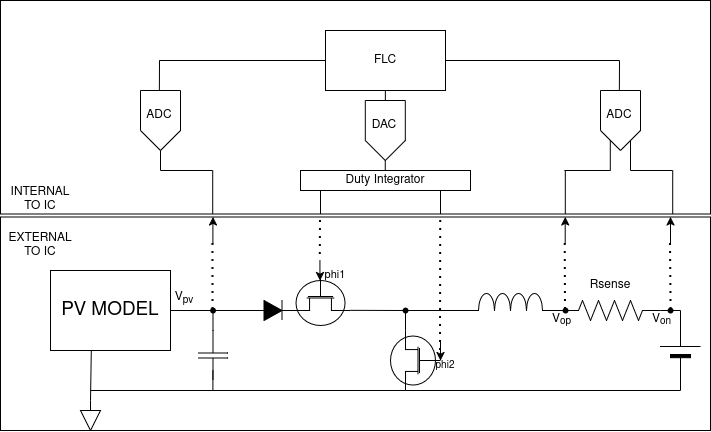
Above: thesis_latex/figures/cadence_model/Cadence_model.drawio.png in mehmetgok1/MATLAB (draw.io), before the change. Source tidied: cells renumbered, new cells last; positions are measured from the earlier drawing's top-left corner, leaving out a move shared by most shapes.
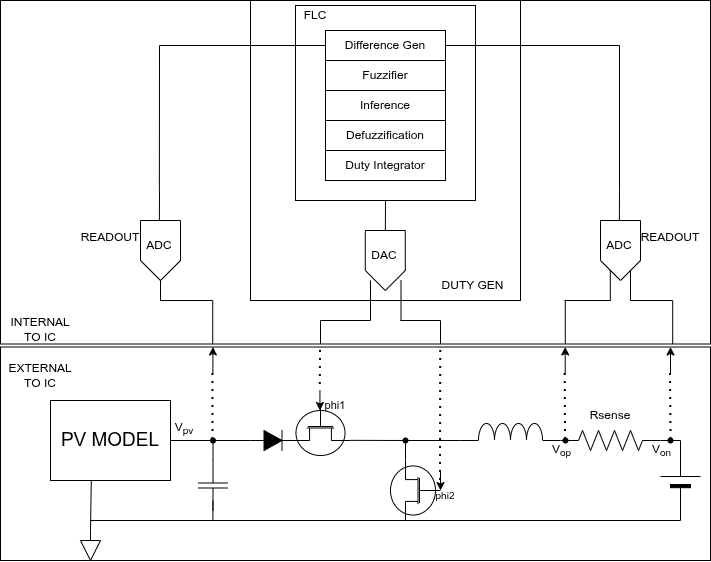
The same diagram one commit later.

Diff of the diagram source:
```diff
@@ -2,6 +2,15 @@
   <root>
     <mxCell id="0" />
     <mxCell id="1" parent="0" />
+    <mxCell id="45" style="rounded=0;whiteSpace=wrap;html=1;" parent="1" vertex="1">
+      <mxGeometry y="-130" width="710" height="343.5" as="geometry" />
+    </mxCell>
+    <mxCell id="84" style="rounded=0;whiteSpace=wrap;html=1;" parent="1" vertex="1">
+      <mxGeometry x="250" y="-130" width="270" height="300" as="geometry" />
+    </mxCell>
+    <mxCell id="85" style="rounded=0;whiteSpace=wrap;html=1;" parent="1" vertex="1">
+      <mxGeometry x="295" y="-125" width="180" height="195" as="geometry" />
+    </mxCell>
     <mxCell id="2" style="rounded=0;whiteSpace=wrap;html=1;" parent="1" vertex="1">
       <mxGeometry y="216.5" width="710" height="213.5" as="geometry" />
     </mxCell>
@@ -179,9 +188,6 @@
         <mxPoint x="440" y="360" as="targetPoint" />
       </mxGeometry>
     </mxCell>
-    <mxCell id="45" style="rounded=0;whiteSpace=wrap;html=1;" parent="1" vertex="1">
-      <mxGeometry width="710" height="213.5" as="geometry" />
-    </mxCell>
     <mxCell id="46" value="INTERNAL TO IC" style="text;html=1;whiteSpace=wrap;strokeColor=none;fillColor=none;align=center;verticalAlign=middle;rounded=0;" parent="1" vertex="1">
       <mxGeometry x="10" y="183.5" width="60" height="30" as="geometry" />
     </mxCell>
@@ -242,9 +248,12 @@
         <mxPoint x="159" y="60" as="targetPoint" />
       </mxGeometry>
     </mxCell>
-    <mxCell id="57" style="endArrow=none;html=1;rounded=0;entryX=0;entryY=0.5;entryDx=0;entryDy=0;" parent="1" edge="1" target="72">
+    <mxCell id="57" style="endArrow=none;html=1;rounded=0;entryX=0;entryY=0.5;entryDx=0;entryDy=0;" parent="1" edge="1" target="87">
       <mxGeometry relative="1" as="geometry">
         <mxPoint x="158.9" y="60" as="sourcePoint" />
+        <Array as="points">
+          <mxPoint x="159" y="-85" />
+        </Array>
       </mxGeometry>
     </mxCell>
     <mxCell id="58" style="endArrow=none;html=1;rounded=0;" parent="1" edge="1">
@@ -322,14 +331,14 @@
         <mxPoint x="609.8" y="140" as="targetPoint" />
       </mxGeometry>
     </mxCell>
-    <mxCell id="71" style="endArrow=none;html=1;rounded=0;exitX=1;exitY=0.5;exitDx=0;exitDy=0;" parent="1" edge="1" source="72">
+    <mxCell id="71" style="endArrow=none;html=1;rounded=0;exitX=1;exitY=0.5;exitDx=0;exitDy=0;" parent="1" edge="1" source="87">
       <mxGeometry relative="1" as="geometry">
         <mxPoint x="619" y="60" as="targetPoint" />
+        <Array as="points">
+          <mxPoint x="619" y="-85" />
+        </Array>
       </mxGeometry>
     </mxCell>
-    <mxCell id="72" value="FLC" style="rounded=0;whiteSpace=wrap;html=1;" parent="1" vertex="1">
-      <mxGeometry x="325" y="30" width="120" height="60" as="geometry" />
-    </mxCell>
     <mxCell id="73" style="endArrow=none;html=1;rounded=0;" parent="1" edge="1">
       <mxGeometry relative="1" as="geometry">
         <mxPoint x="364.8" y="140" as="sourcePoint" />
@@ -363,21 +372,11 @@
     <mxCell id="78" value="DAC" style="text;html=1;whiteSpace=wrap;strokeColor=none;fillColor=none;align=center;verticalAlign=middle;rounded=0;direction=west;" parent="1" vertex="1">
       <mxGeometry x="366.8" y="118" width="34" height="14" as="geometry" />
     </mxCell>
-    <mxCell id="79" style="endArrow=none;html=1;rounded=0;" parent="1" edge="1">
+    <mxCell id="79" style="endArrow=none;html=1;rounded=0;entryX=0.5;entryY=1;entryDx=0;entryDy=0;" parent="1" edge="1" target="85">
       <mxGeometry relative="1" as="geometry">
         <mxPoint x="384.9" y="100" as="sourcePoint" />
-        <mxPoint x="384.9" y="90" as="targetPoint" />
       </mxGeometry>
     </mxCell>
-    <mxCell id="80" value="Duty Integrator" style="rounded=0;whiteSpace=wrap;html=1;" parent="1" vertex="1">
-      <mxGeometry x="300" y="170" width="170" height="20" as="geometry" />
-    </mxCell>
-    <mxCell id="81" style="endArrow=none;html=1;rounded=0;" parent="1" edge="1">
-      <mxGeometry relative="1" as="geometry">
-        <mxPoint x="384.8" y="170" as="sourcePoint" />
-        <mxPoint x="384.8" y="160" as="targetPoint" />
-      </mxGeometry>
-    </mxCell>
     <mxCell id="82" style="endArrow=none;html=1;rounded=0;" parent="1" edge="1">
       <mxGeometry relative="1" as="geometry">
         <mxPoint x="440" y="213.5" as="sourcePoint" />
@@ -390,5 +389,59 @@
         <mxPoint x="320" y="190" as="targetPoint" />
       </mxGeometry>
     </mxCell>
+    <mxCell id="86" style="rounded=0;whiteSpace=wrap;html=1;" parent="1" vertex="1">
+      <mxGeometry x="325" y="-100" width="120" height="150" as="geometry" />
+    </mxCell>
+    <mxCell id="87" value="Difference Gen" style="rounded=0;whiteSpace=wrap;html=1;" parent="1" vertex="1">
+      <mxGeometry x="325" y="-100" width="120" height="30" as="geometry" />
+    </mxCell>
+    <mxCell id="88" value="Fuzzifier" style="rounded=0;whiteSpace=wrap;html=1;" parent="1" vertex="1">
+      <mxGeometry x="325" y="-70" width="120" height="30" as="geometry" />
+    </mxCell>
+    <mxCell id="89" value="Inference" style="rounded=0;whiteSpace=wrap;html=1;" parent="1" vertex="1">
+      <mxGeometry x="325" y="-40" width="120" height="30" as="geometry" />
+    </mxCell>
+    <mxCell id="90" value="Defuzzification" style="rounded=0;whiteSpace=wrap;html=1;" parent="1" vertex="1">
+      <mxGeometry x="325" y="-10" width="120" height="30" as="geometry" />
+    </mxCell>
+    <mxCell id="80" value="Duty Integrator" style="rounded=0;whiteSpace=wrap;html=1;" parent="1" vertex="1">
+      <mxGeometry x="325" y="20" width="120" height="30" as="geometry" />
+    </mxCell>
+    <mxCell id="72" value="FLC" style="text;html=1;whiteSpace=wrap;strokeColor=none;fillColor=none;align=center;verticalAlign=middle;rounded=0;" parent="1" vertex="1">
+      <mxGeometry x="285" y="-130" width="60" height="30" as="geometry" />
+    </mxCell>
+    <mxCell id="91" style="endArrow=none;html=1;rounded=0;" parent="1" edge="1">
+      <mxGeometry relative="1" as="geometry">
+        <mxPoint x="320" y="190" as="sourcePoint" />
+        <mxPoint x="370" y="190" as="targetPoint" />
+      </mxGeometry>
+    </mxCell>
+    <mxCell id="92" style="endArrow=none;html=1;rounded=0;" parent="1" edge="1">
+      <mxGeometry relative="1" as="geometry">
+        <mxPoint x="370" y="190" as="sourcePoint" />
+        <mxPoint x="370" y="150" as="targetPoint" />
+      </mxGeometry>
+    </mxCell>
+    <mxCell id="93" style="endArrow=none;html=1;rounded=0;" parent="1" edge="1">
+      <mxGeometry relative="1" as="geometry">
+        <mxPoint x="400" y="190" as="sourcePoint" />
+        <mxPoint x="440" y="190" as="targetPoint" />
+      </mxGeometry>
+    </mxCell>
+    <mxCell id="94" style="endArrow=none;html=1;rounded=0;" parent="1" edge="1">
+      <mxGeometry relative="1" as="geometry">
+        <mxPoint x="400.5" y="190" as="sourcePoint" />
+        <mxPoint x="400.5" y="150" as="targetPoint" />
+      </mxGeometry>
+    </mxCell>
+    <mxCell id="95" value="READOUT" style="text;html=1;whiteSpace=wrap;strokeColor=none;fillColor=none;align=center;verticalAlign=middle;rounded=0;" parent="1" vertex="1">
+      <mxGeometry x="80" y="92" width="60" height="30" as="geometry" />
+    </mxCell>
+    <mxCell id="96" value="READOUT" style="text;html=1;whiteSpace=wrap;strokeColor=none;fillColor=none;align=center;verticalAlign=middle;rounded=0;" parent="1" vertex="1">
+      <mxGeometry x="640" y="92" width="60" height="30" as="geometry" />
+    </mxCell>
+    <mxCell id="97" value="DUTY GEN" style="text;html=1;whiteSpace=wrap;strokeColor=none;fillColor=none;align=center;verticalAlign=middle;rounded=0;" parent="1" vertex="1">
+      <mxGeometry x="440" y="140" width="65" height="30" as="geometry" />
+    </mxCell>
   </root>
 </mxGraphModel>
```
